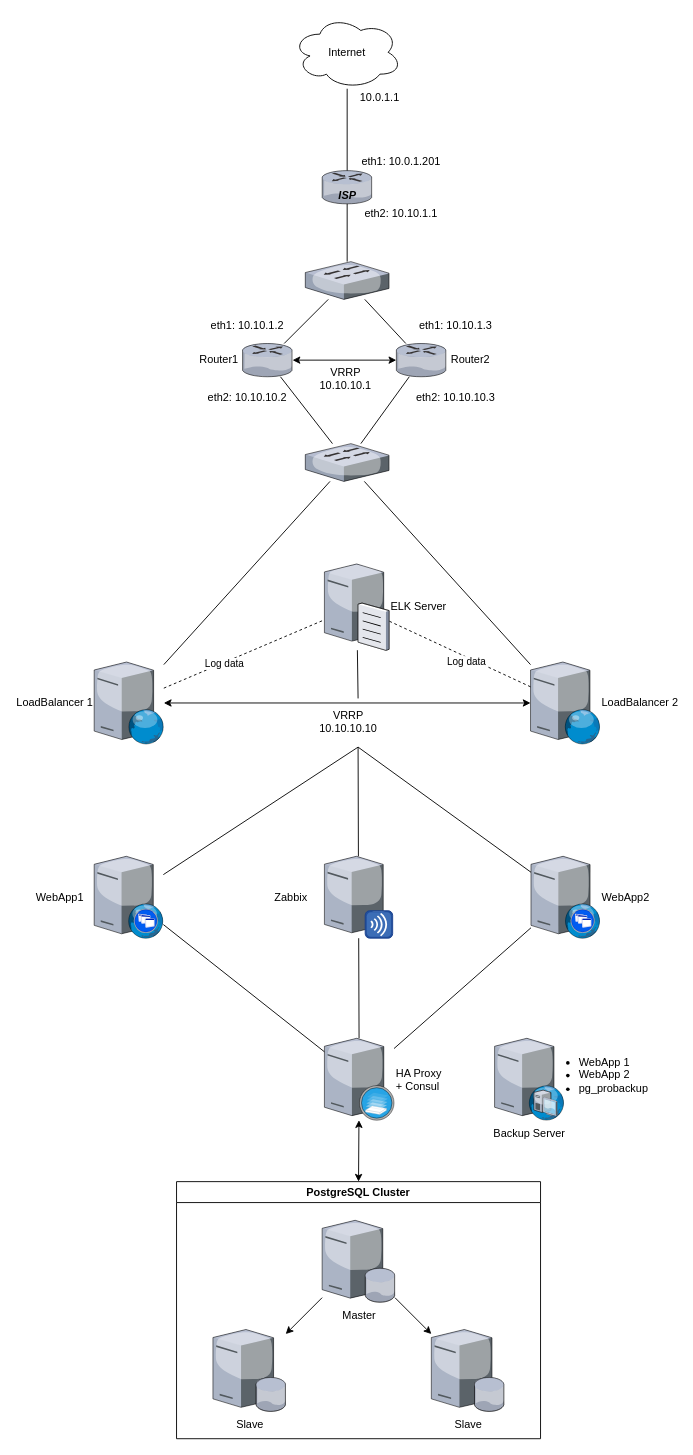
The draw.io diagram MainDiagram.drawio in OSPFS/OTUS-FINAL-PROJECT, before the edit. Source tidied: cells renumbered, new cells numbered last; positions are measured from the earlier drawing's top-left corner, leaving out a move shared by most shapes. Both pictures are drawn from the tidied source at 91%, with x=0, y=0 at pixel (94, 15).
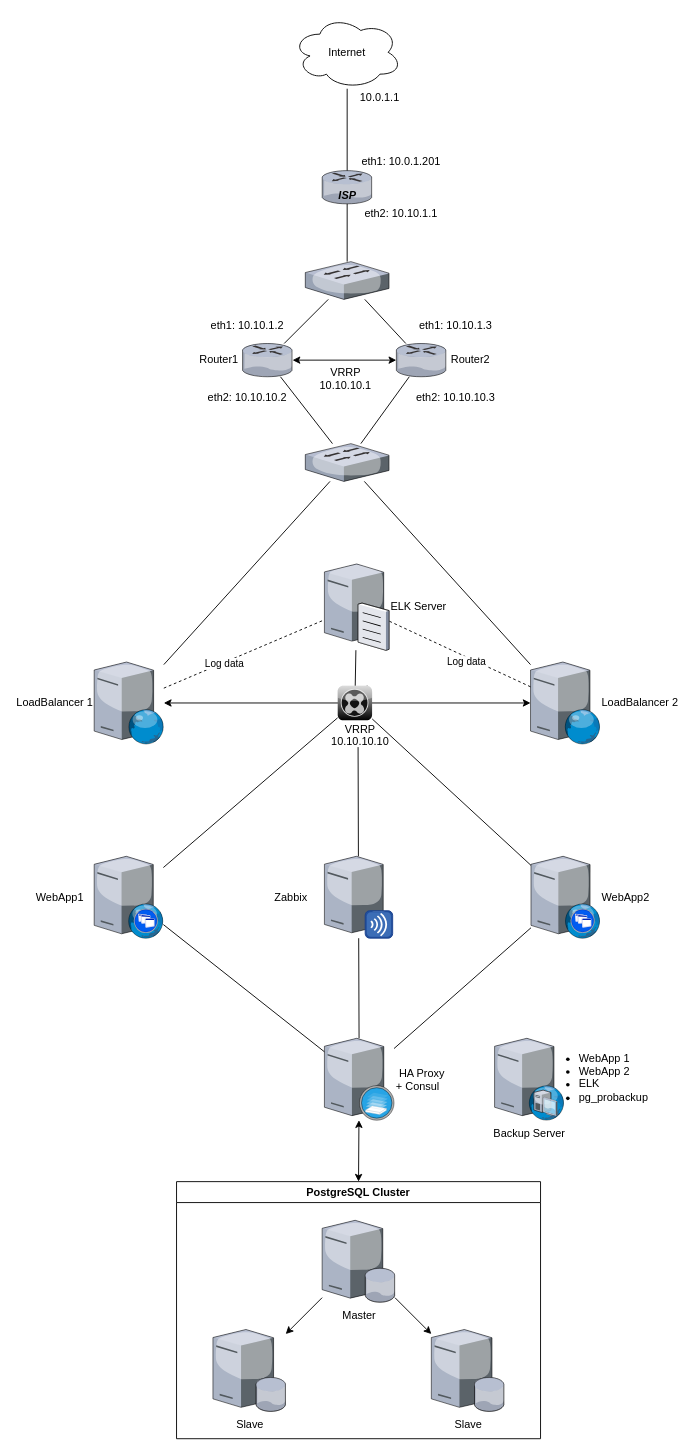
Above is the later version.

The change refers to these unchanged cells:
```xml
<mxCell id="2" value="WebApp1" style="verticalLabelPosition=middle;html=1;verticalAlign=middle;strokeColor=none;align=center;outlineConnect=0;shape=mxgraph.citrix.xenapp_web;labelPosition=left;" parent="1" vertex="1">
  <mxGeometry y="923.5" width="76" height="90" as="geometry" />
</mxCell>
<mxCell id="3" value="WebApp2" style="verticalLabelPosition=middle;html=1;verticalAlign=middle;strokeColor=none;align=left;outlineConnect=0;shape=mxgraph.citrix.xenapp_web;labelPosition=right;" parent="1" vertex="1">
  <mxGeometry x="480" y="923.5" width="76" height="90" as="geometry" />
</mxCell>
<mxCell id="10" value="&lt;div&gt;ELK Server&lt;/div&gt;" style="verticalLabelPosition=middle;html=1;verticalAlign=middle;strokeColor=none;align=left;outlineConnect=0;shape=mxgraph.citrix.file_server;labelPosition=right;" parent="1" vertex="1">
  <mxGeometry x="253" y="600" width="71" height="97" as="geometry" />
</mxCell>
<mxCell id="45" style="endArrow=classic;startArrow=classic;html=1;" parent="1" edge="1" source="4" target="44">
  <mxGeometry relative="1" as="geometry" />
</mxCell>
```

What changed in the source:
```diff
@@
-    <mxCell id="8" value="&lt;div&gt;HA Proxy&lt;/div&gt;&lt;div&gt;+ Consul&lt;/div&gt;" style="verticalLabelPosition=middle;html=1;verticalAlign=middle;strokeColor=none;align=left;outlineConnect=0;shape=mxgraph.citrix.xenserver;labelPosition=right;" parent="1" vertex="1">
+    <mxCell id="8" value="&lt;div style=&quot;text-align: center&quot;&gt;&amp;nbsp;HA Proxy&lt;/div&gt;&lt;div&gt;+ Consul&lt;/div&gt;" style="verticalLabelPosition=middle;html=1;verticalAlign=middle;strokeColor=none;align=left;outlineConnect=0;shape=mxgraph.citrix.xenserver;labelPosition=right;" parent="1" vertex="1">
       <mxGeometry x="253" y="1123.5" width="76.5" height="90" as="geometry" />
     </mxCell>
@@
-    <mxCell id="35" style="endArrow=none;html=1;" parent="1" edge="1" target="3">
-      <mxGeometry relative="1" as="geometry">
-        <mxPoint x="290" y="803.5" as="sourcePoint" />
-      </mxGeometry>
+    <mxCell id="35" style="endArrow=none;html=1;" parent="1" edge="1" source="54" target="3">
+      <mxGeometry relative="1" as="geometry" />
     </mxCell>
-    <mxCell id="36" style="endArrow=none;html=1;" parent="1" edge="1" source="2">
-      <mxGeometry relative="1" as="geometry">
-        <mxPoint x="290" y="803.5" as="targetPoint" />
-      </mxGeometry>
+    <mxCell id="36" style="endArrow=none;html=1;" parent="1" edge="1" source="2" target="54">
+      <mxGeometry relative="1" as="geometry" />
     </mxCell>
@@
-    <mxCell id="42" style="endArrow=none;html=1;" parent="1" edge="1" source="10">
+    <mxCell id="42" style="endArrow=none;html=1;" parent="1" edge="1" source="54">
       <mxGeometry relative="1" as="geometry">
         <mxPoint x="290" y="750" as="targetPoint" />
       </mxGeometry>
     </mxCell>
@@
     <mxCell id="46" value="VRRP&lt;br&gt;10.10.10.10" style="text;html=1;align=center;verticalAlign=top;" parent="45" vertex="1">
-      <mxGeometry relative="1" as="geometry" />
+      <mxGeometry relative="1" as="geometry">
+        <mxPoint x="12.8" y="15" as="offset" />
+      </mxGeometry>
     </mxCell>
@@
-    <mxCell id="53" value="&lt;ul&gt;&lt;li&gt;WebApp 1&lt;/li&gt;&lt;li&gt;WebApp 2&lt;/li&gt;&lt;li&gt;pg_probackup&lt;/li&gt;&lt;/ul&gt;" style="text;strokeColor=none;fillColor=none;html=1;whiteSpace=wrap;verticalAlign=middle;overflow=hidden;" parent="1" vertex="1">
+    <mxCell id="53" value="&lt;ul&gt;&lt;li&gt;WebApp 1&lt;/li&gt;&lt;li&gt;WebApp 2&lt;/li&gt;&lt;li&gt;ELK&lt;/li&gt;&lt;li&gt;pg_probackup&lt;/li&gt;&lt;/ul&gt;" style="text;strokeColor=none;fillColor=none;html=1;whiteSpace=wrap;verticalAlign=middle;overflow=hidden;" parent="1" vertex="1">
       <mxGeometry x="490.5" y="1123.5" width="133" height="80" as="geometry" />
     </mxCell>
+    <mxCell id="54" style="verticalLabelPosition=bottom;html=1;verticalAlign=top;strokeColor=none;align=center;outlineConnect=0;shape=mxgraph.citrix.role_synchronizer;fillColor=#CCCCCC;gradientColor=#000000;gradientDirection=south;" parent="1" vertex="1">
+      <mxGeometry x="267.5" y="736" width="38" height="38" as="geometry" />
+    </mxCell>
+    <mxCell id="55" style="endArrow=none;html=1;" parent="1" edge="1" source="10" target="54">
+      <mxGeometry relative="1" as="geometry" />
+    </mxCell>
```
